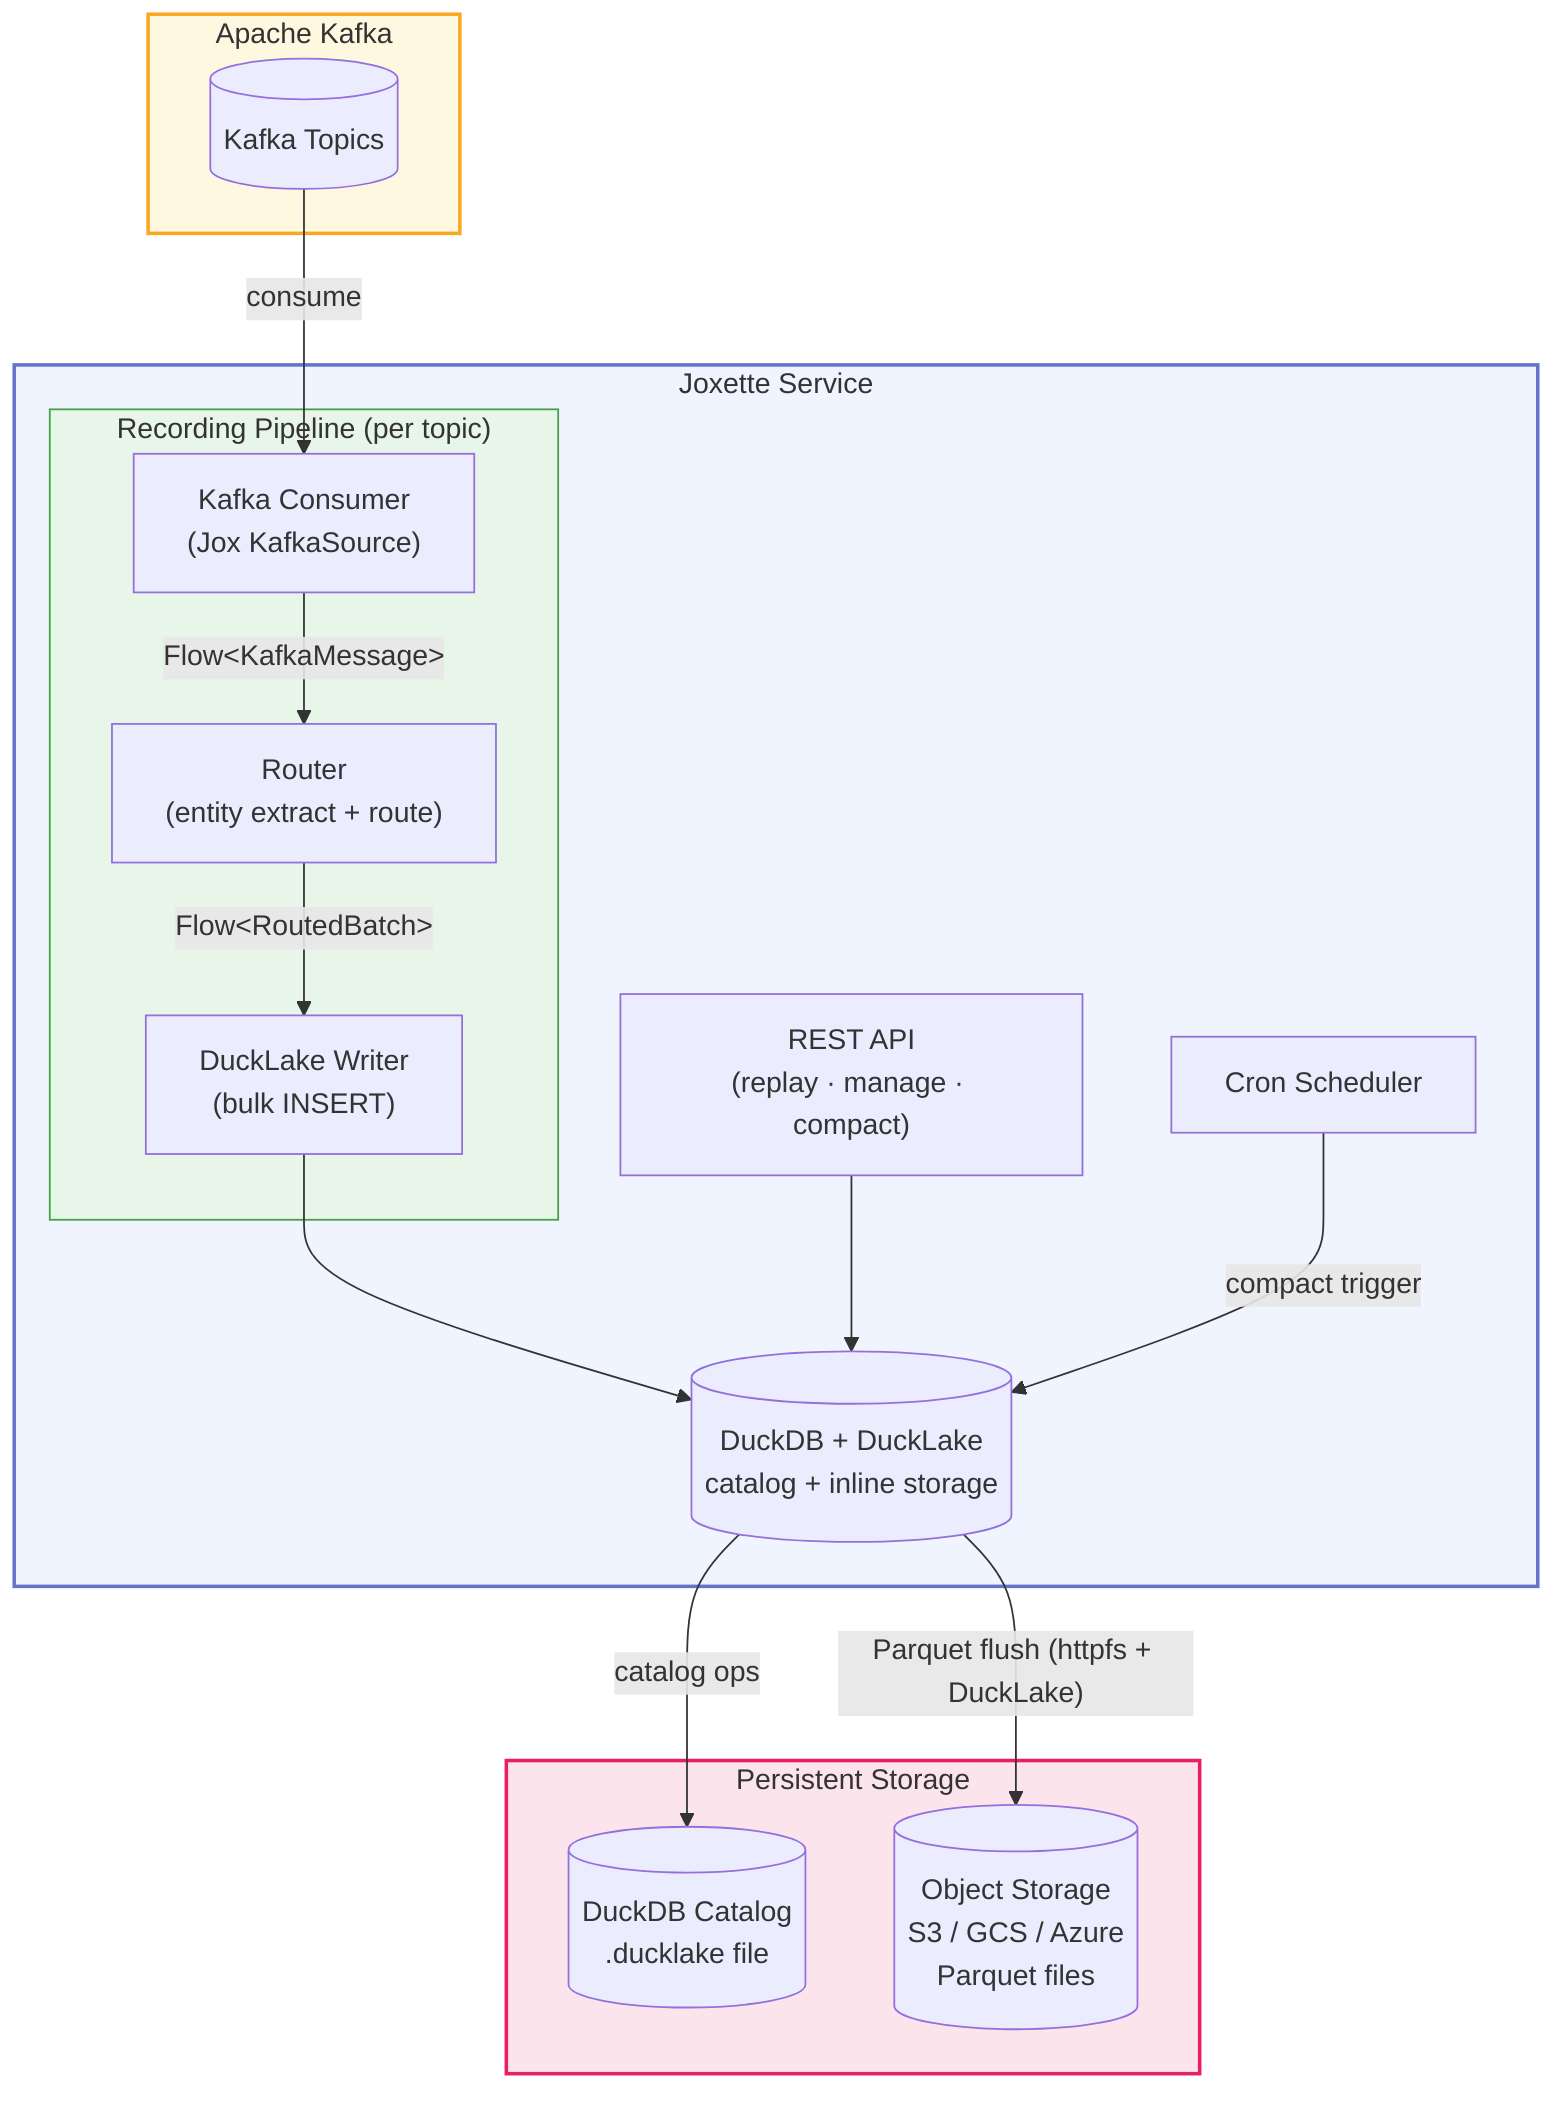
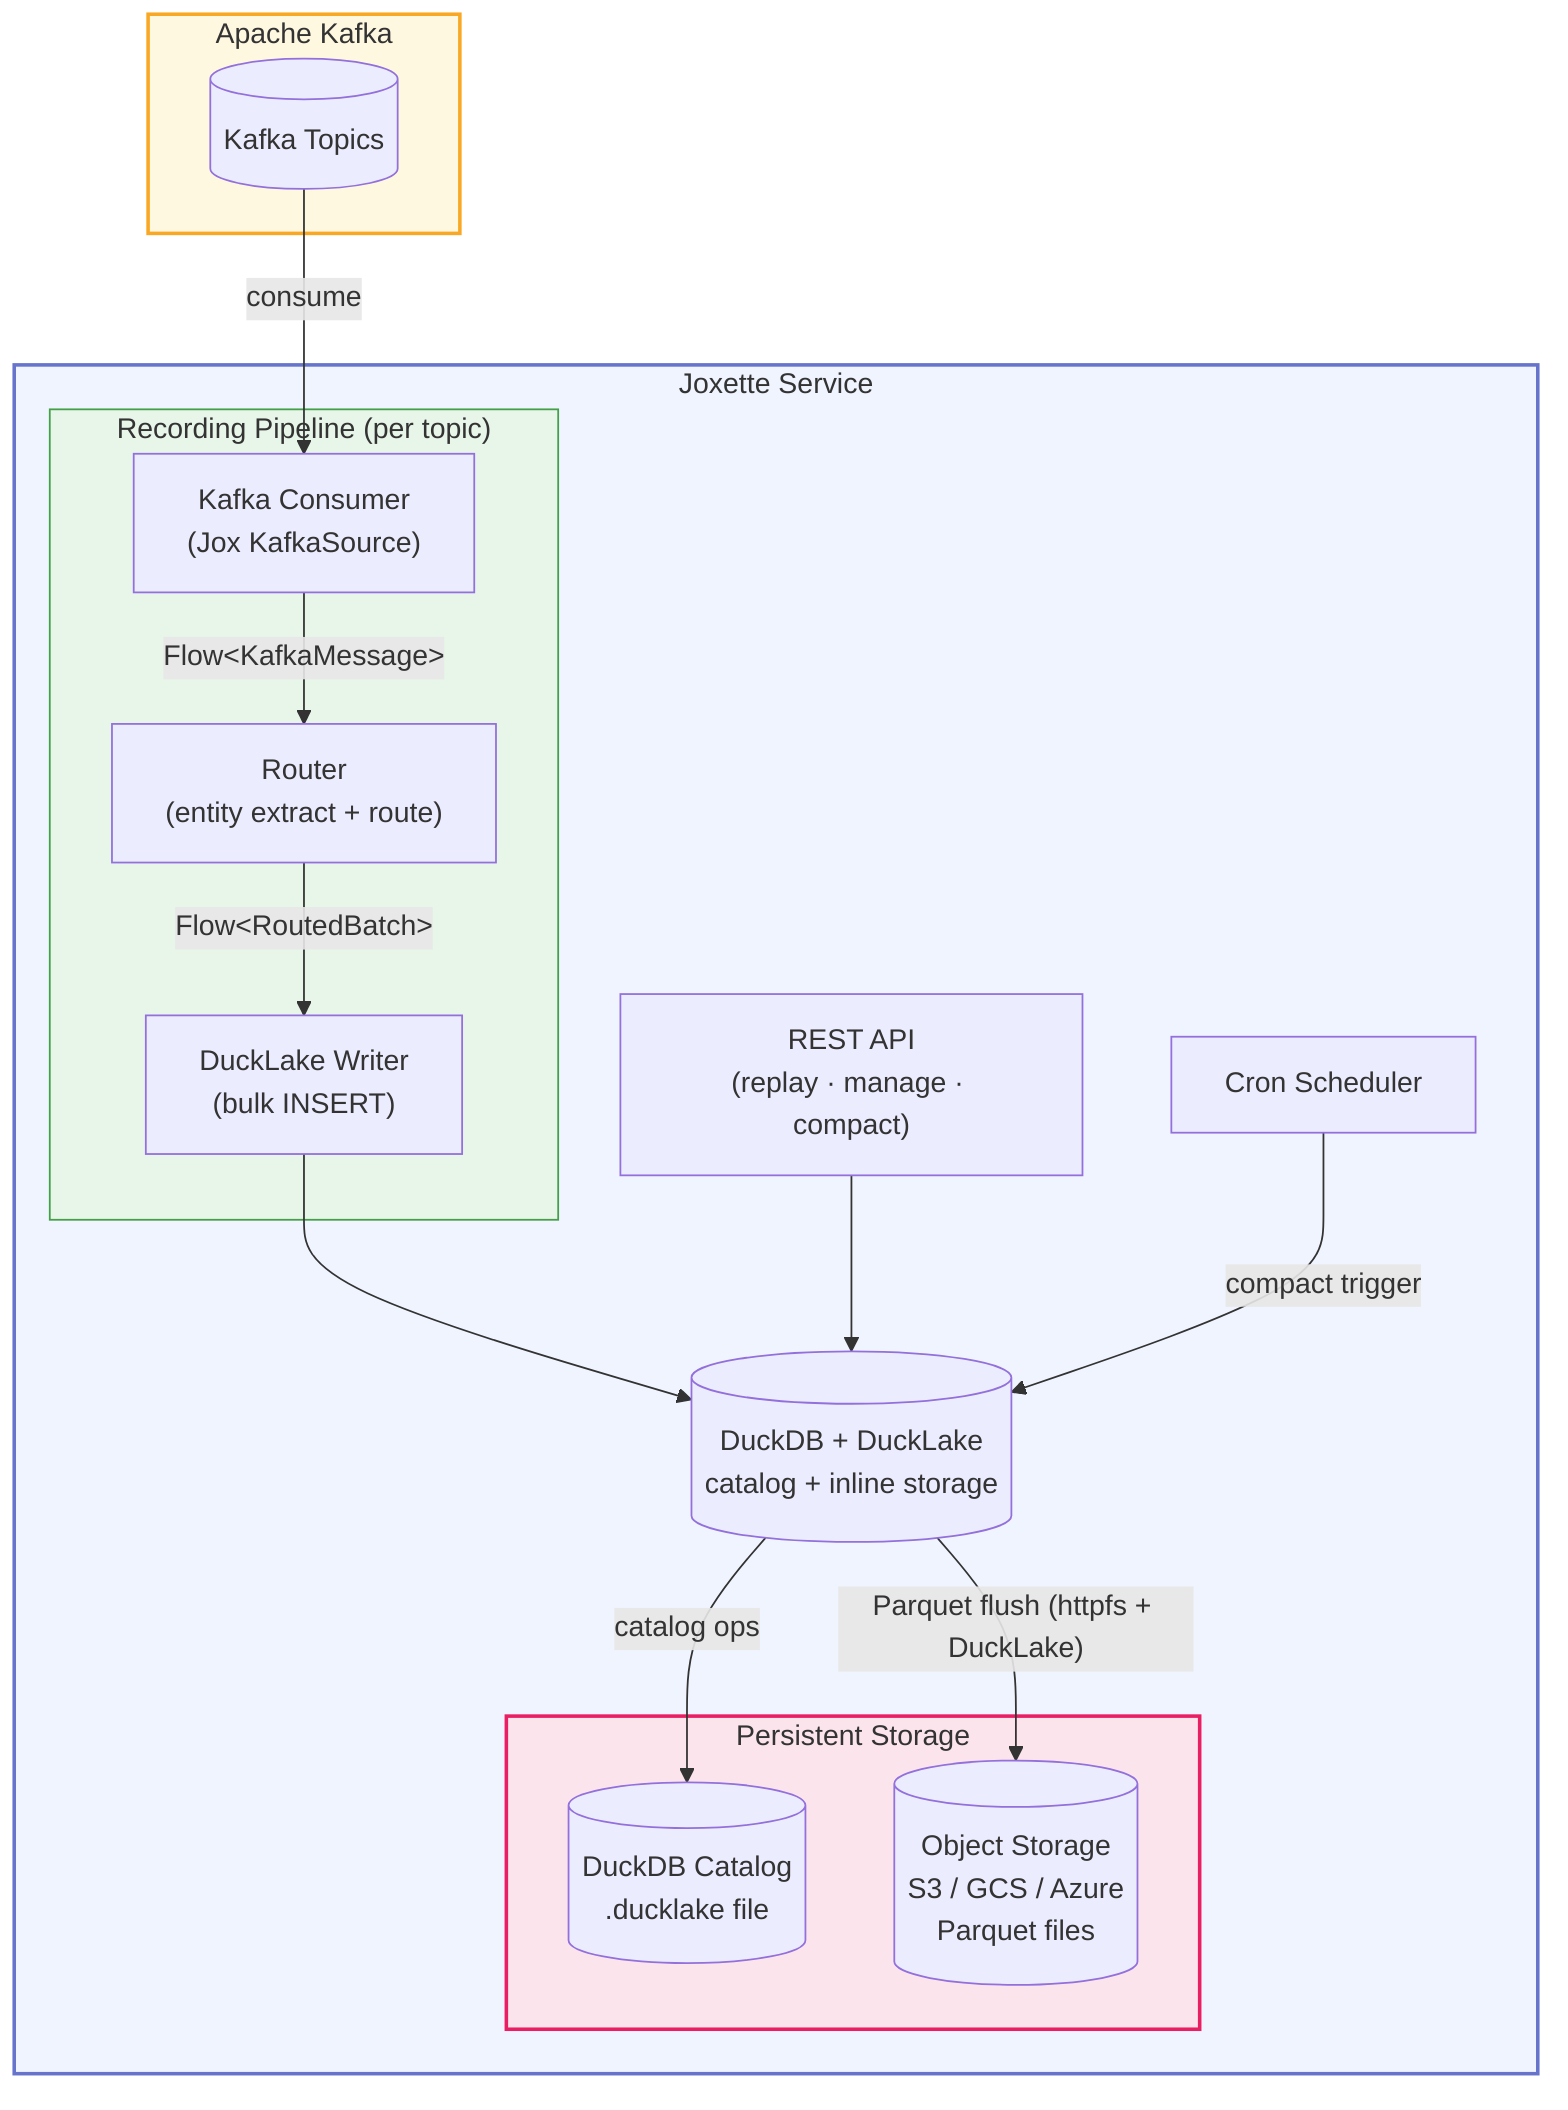
%% Joxette — Kafka Topic Cassette Recorder
flowchart TB
    subgraph kafka ["Apache Kafka"]
        K[("Kafka Topics")]
    end

    subgraph joxette ["Joxette Service"]
        subgraph recording ["Recording Pipeline (per topic)"]
            C["Kafka Consumer\n(Jox KafkaSource)"]
            R["Router\n(entity extract + route)"]
            W["DuckLake Writer\n(bulk INSERT)"]
            C -->|"Flow&lt;KafkaMessage&gt;"| R
            R -->|"Flow&lt;RoutedBatch&gt;"| W
        end

        API["REST API\n(replay · manage · compact)"]
        CRON["Cron Scheduler"]
        DB[("DuckDB + DuckLake\ncatalog + inline storage")]

        W    --> DB
        API  --> DB
        CRON -->|compact trigger| DB
-     end

-     subgraph storage ["Persistent Storage"]
-         CAT[("DuckDB Catalog\n.ducklake file")]
-         S3[("Object Storage\nS3 / GCS / Azure\nParquet files")]
+         subgraph storage ["Persistent Storage"]
+             CAT[("DuckDB Catalog\n.ducklake file")]
+             S3[("Object Storage\nS3 / GCS / Azure\nParquet files")]
+         end
+ 
+         DB -->|catalog ops| CAT
+         DB -->|"Parquet flush (httpfs + DuckLake)"| S3
    end

    K -->|consume| C
-     DB -->|catalog ops| CAT
-     DB -->|"Parquet flush (httpfs + DuckLake)"| S3

    style joxette   fill:#f0f4ff,stroke:#6674cc,stroke-width:2px
    style recording fill:#e8f5e9,stroke:#43a047,stroke-width:1px
    style kafka     fill:#fff8e1,stroke:#f9a825,stroke-width:2px
    style storage   fill:#fce4ec,stroke:#e91e63,stroke-width:2px
